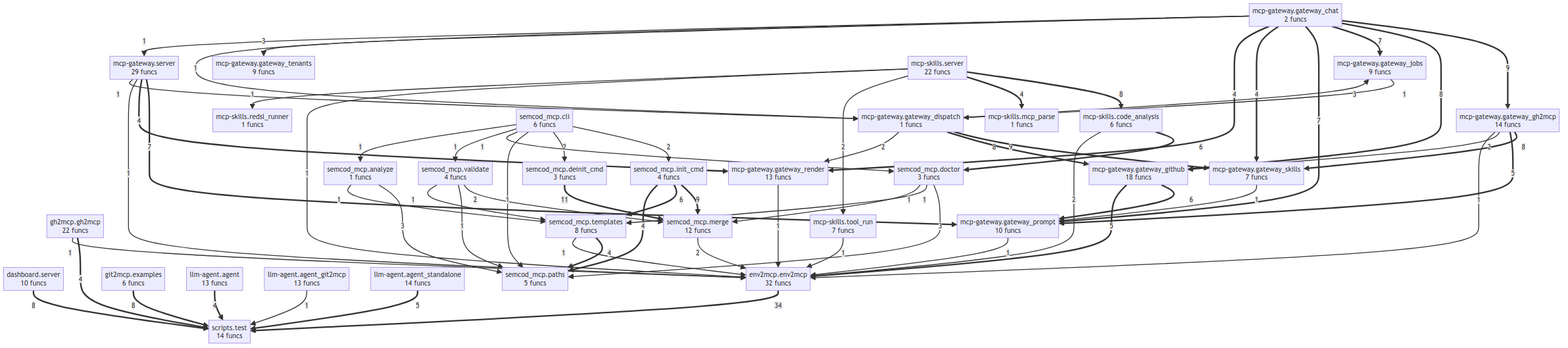
Above: project/compact_flow.png in semcod/mcp (Mermaid), before the change. Its source is kept beside it as project/compact_flow.mmd.
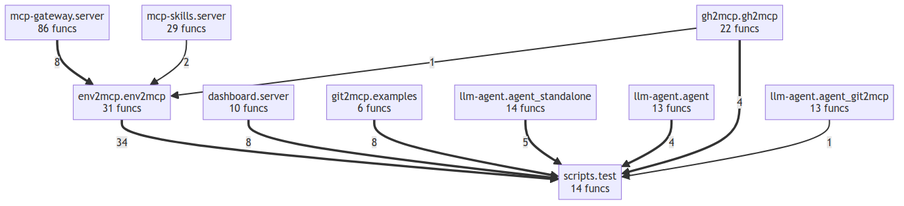
After the commit.

What changed in the source:
```diff
@@ -1,97 +1,21 @@
 flowchart TD
     dashboard__server["dashboard.server<br/>10 funcs"]
-    env2mcp__env2mcp["env2mcp.env2mcp<br/>32 funcs"]
+    env2mcp__env2mcp["env2mcp.env2mcp<br/>31 funcs"]
     gh2mcp__gh2mcp["gh2mcp.gh2mcp<br/>22 funcs"]
     git2mcp__examples["git2mcp.examples<br/>6 funcs"]
     llm_agent__agent["llm-agent.agent<br/>13 funcs"]
     llm_agent__agent_git2mcp["llm-agent.agent_git2mcp<br/>13 funcs"]
     llm_agent__agent_standalone["llm-agent.agent_standalone<br/>14 funcs"]
-    mcp_gateway__gateway_chat["mcp-gateway.gateway_chat<br/>2 funcs"]
-    mcp_gateway__gateway_dispatch["mcp-gateway.gateway_dispatch<br/>1 funcs"]
-    mcp_gateway__gateway_gh2mcp["mcp-gateway.gateway_gh2mcp<br/>14 funcs"]
-    mcp_gateway__gateway_github["mcp-gateway.gateway_github<br/>18 funcs"]
-    mcp_gateway__gateway_jobs["mcp-gateway.gateway_jobs<br/>9 funcs"]
-    mcp_gateway__gateway_prompt["mcp-gateway.gateway_prompt<br/>10 funcs"]
-    mcp_gateway__gateway_render["mcp-gateway.gateway_render<br/>13 funcs"]
-    mcp_gateway__gateway_skills["mcp-gateway.gateway_skills<br/>7 funcs"]
-    mcp_gateway__gateway_tenants["mcp-gateway.gateway_tenants<br/>9 funcs"]
-    mcp_gateway__server["mcp-gateway.server<br/>29 funcs"]
-    mcp_skills__code_analysis["mcp-skills.code_analysis<br/>6 funcs"]
-    mcp_skills__mcp_parse["mcp-skills.mcp_parse<br/>1 funcs"]
-    mcp_skills__redsl_runner["mcp-skills.redsl_runner<br/>1 funcs"]
-    mcp_skills__server["mcp-skills.server<br/>22 funcs"]
-    mcp_skills__tool_run["mcp-skills.tool_run<br/>7 funcs"]
+    mcp_gateway__server["mcp-gateway.server<br/>86 funcs"]
+    mcp_skills__server["mcp-skills.server<br/>29 funcs"]
     scripts__test["scripts.test<br/>14 funcs"]
-    semcod_mcp__analyze["semcod_mcp.analyze<br/>1 funcs"]
-    semcod_mcp__cli["semcod_mcp.cli<br/>6 funcs"]
-    semcod_mcp__deinit_cmd["semcod_mcp.deinit_cmd<br/>3 funcs"]
-    semcod_mcp__doctor["semcod_mcp.doctor<br/>3 funcs"]
-    semcod_mcp__init_cmd["semcod_mcp.init_cmd<br/>4 funcs"]
-    semcod_mcp__merge["semcod_mcp.merge<br/>12 funcs"]
-    semcod_mcp__paths["semcod_mcp.paths<br/>5 funcs"]
-    semcod_mcp__templates["semcod_mcp.templates<br/>8 funcs"]
-    semcod_mcp__validate["semcod_mcp.validate<br/>4 funcs"]
     env2mcp__env2mcp ==>|34| scripts__test
-    semcod_mcp__deinit_cmd ==>|11| semcod_mcp__merge
-    semcod_mcp__init_cmd ==>|9| semcod_mcp__merge
-    mcp_gateway__gateway_chat ==>|9| mcp_gateway__gateway_gh2mcp
-    mcp_gateway__gateway_dispatch ==>|9| mcp_gateway__gateway_skills
     dashboard__server ==>|8| scripts__test
-    mcp_skills__server ==>|8| mcp_skills__code_analysis
     git2mcp__examples ==>|8| scripts__test
-    mcp_gateway__gateway_chat ==>|8| mcp_gateway__gateway_github
-    mcp_gateway__gateway_gh2mcp ==>|8| mcp_gateway__gateway_skills
-    mcp_gateway__gateway_dispatch ==>|8| mcp_gateway__gateway_github
-    mcp_gateway__gateway_chat ==>|7| mcp_gateway__gateway_jobs
-    mcp_gateway__gateway_chat ==>|7| mcp_gateway__gateway_prompt
-    mcp_gateway__server ==>|7| mcp_gateway__gateway_prompt
-    mcp_skills__code_analysis ==>|6| semcod_mcp__doctor
-    semcod_mcp__init_cmd ==>|6| semcod_mcp__templates
-    mcp_gateway__gateway_github ==>|6| mcp_gateway__gateway_prompt
+    mcp_gateway__server ==>|8| env2mcp__env2mcp
     llm_agent__agent_standalone ==>|5| scripts__test
-    mcp_gateway__gateway_github ==>|5| env2mcp__env2mcp
-    mcp_gateway__gateway_gh2mcp ==>|5| mcp_gateway__gateway_prompt
+    llm_agent__agent ==>|4| scripts__test
     gh2mcp__gh2mcp ==>|4| scripts__test
-    llm_agent__agent ==>|4| scripts__test
-    mcp_skills__server ==>|4| mcp_skills__mcp_parse
-    semcod_mcp__init_cmd ==>|4| semcod_mcp__paths
-    semcod_mcp__templates ==>|4| semcod_mcp__paths
-    mcp_gateway__gateway_chat ==>|4| mcp_gateway__gateway_skills
-    mcp_gateway__gateway_chat ==>|4| mcp_gateway__gateway_render
-    mcp_gateway__server ==>|4| mcp_gateway__gateway_render
-    semcod_mcp__analyze -->|3| semcod_mcp__paths
-    semcod_mcp__doctor -->|3| semcod_mcp__paths
-    mcp_gateway__gateway_chat -->|3| mcp_gateway__gateway_tenants
-    mcp_gateway__gateway_dispatch -->|3| mcp_gateway__gateway_jobs
-    mcp_skills__code_analysis -->|2| env2mcp__env2mcp
-    mcp_skills__server -->|2| mcp_skills__tool_run
-    semcod_mcp__cli -->|2| semcod_mcp__init_cmd
-    semcod_mcp__cli -->|2| semcod_mcp__deinit_cmd
-    semcod_mcp__validate -->|2| semcod_mcp__merge
-    semcod_mcp__merge -->|2| env2mcp__env2mcp
-    mcp_gateway__gateway_gh2mcp -->|2| mcp_gateway__gateway_github
-    mcp_gateway__gateway_dispatch -->|2| mcp_gateway__gateway_render
+    mcp_skills__server -->|2| env2mcp__env2mcp
+    llm_agent__agent_git2mcp -->|1| scripts__test
     gh2mcp__gh2mcp -->|1| env2mcp__env2mcp
-    mcp_gateway__gateway_render -->|1| env2mcp__env2mcp
-    llm_agent__agent_git2mcp -->|1| scripts__test
-    mcp_skills__tool_run -->|1| env2mcp__env2mcp
-    mcp_skills__server -->|1| env2mcp__env2mcp
-    mcp_skills__server -->|1| mcp_skills__redsl_runner
-    semcod_mcp__cli -->|1| semcod_mcp__paths
-    semcod_mcp__cli -->|1| semcod_mcp__doctor
-    semcod_mcp__cli -->|1| semcod_mcp__validate
-    semcod_mcp__cli -->|1| semcod_mcp__analyze
-    semcod_mcp__analyze -->|1| semcod_mcp__templates
-    semcod_mcp__validate -->|1| semcod_mcp__paths
-    semcod_mcp__validate -->|1| semcod_mcp__templates
-    semcod_mcp__doctor -->|1| semcod_mcp__templates
-    semcod_mcp__doctor -->|1| semcod_mcp__merge
-    semcod_mcp__templates -->|1| env2mcp__env2mcp
-    mcp_gateway__gateway_jobs -->|1| mcp_gateway__gateway_dispatch
-    mcp_gateway__gateway_chat -->|1| mcp_gateway__gateway_dispatch
-    mcp_gateway__gateway_chat -->|1| mcp_gateway__server
-    mcp_gateway__server -->|1| env2mcp__env2mcp
-    mcp_gateway__server -->|1| mcp_gateway__gateway_dispatch
-    mcp_gateway__gateway_gh2mcp -->|1| env2mcp__env2mcp
-    mcp_gateway__gateway_prompt -->|1| env2mcp__env2mcp
-    mcp_gateway__gateway_skills -->|1| mcp_gateway__gateway_prompt
```
